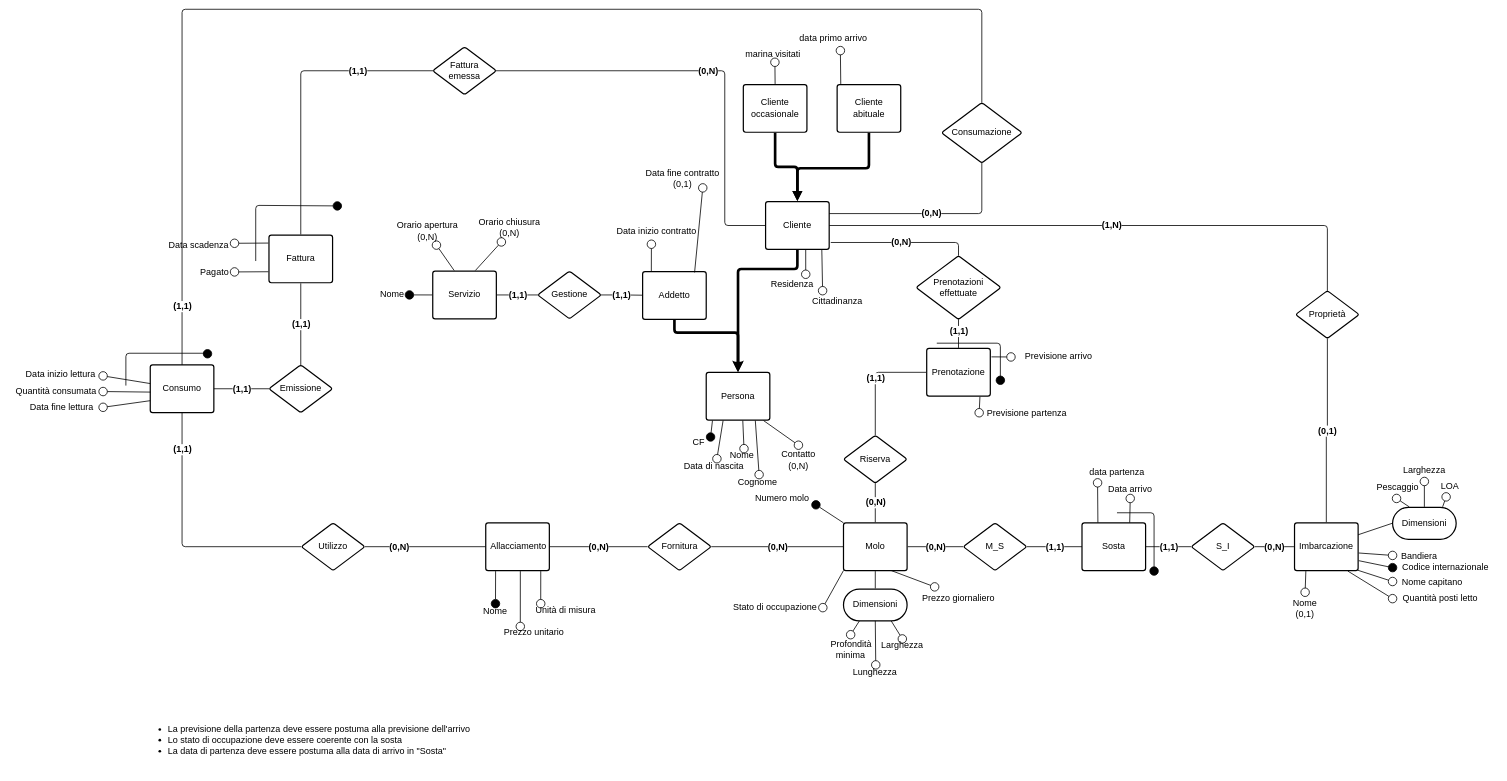
alessandro-massarenti/Progetto-basi-di-dati-2022 keeps this draw.io diagram as page "Concettuale ridotto" (4 of 4) of src_relazione_tex/Er.drawio. Above is the earlier version. Source tidied: cells renumbered, new cells numbered last; positions are measured from the earlier drawing's top-left corner, leaving out a move shared by most shapes. Both pictures are drawn from the tidied source at 53%, with x=0, y=0 at pixel (9, 9).
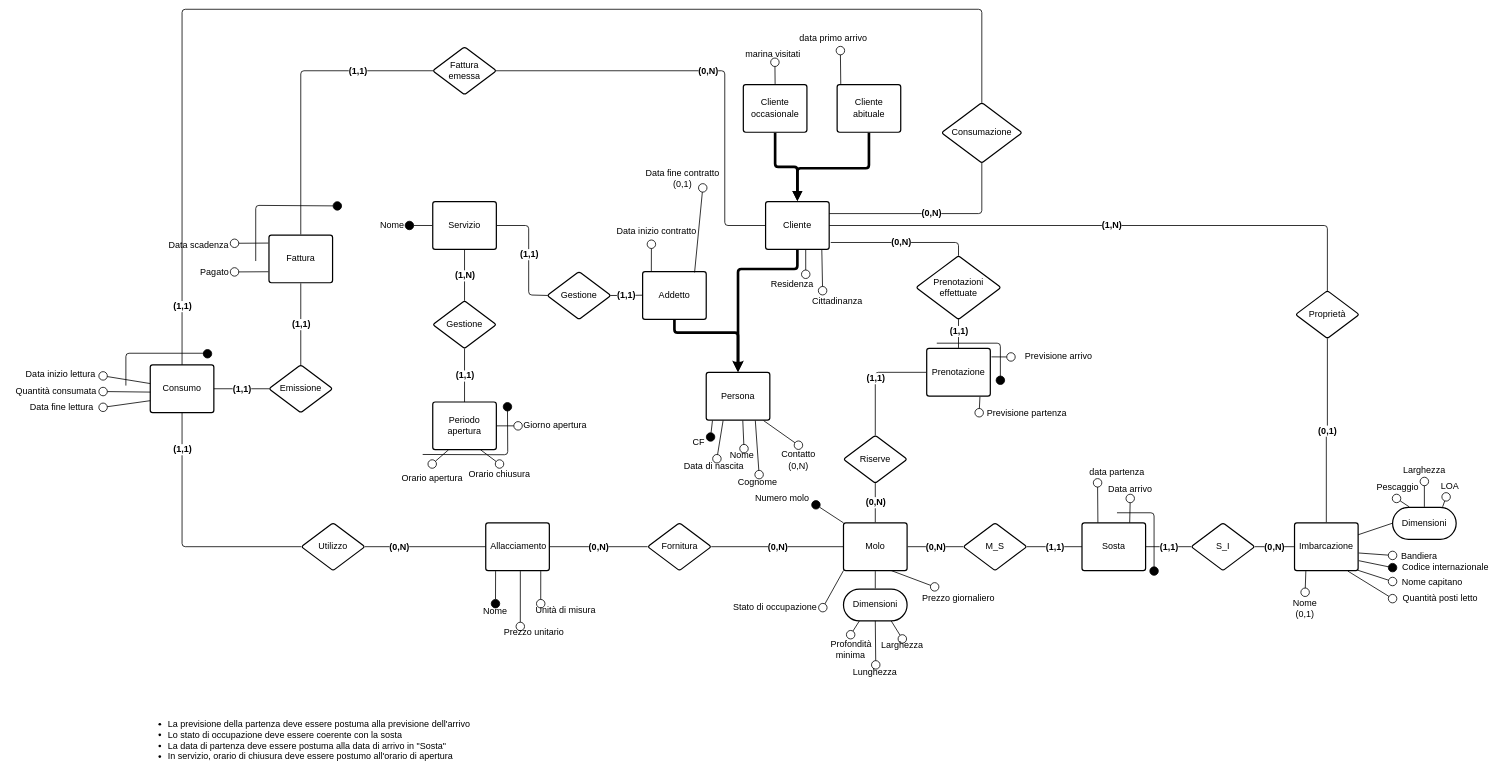
After the change.

Commit message:
Reificato il periodo di apertura di Servizio

Diff of the diagram source:
```diff
@@
-    <mxCell id="3" value="Orario chiusura&lt;br&gt;(0,N)" style="html=1;overflow=block;blockSpacing=1;whiteSpace=wrap;fontSize=17;fontColor=#000000;spacing=0;fillColor=#ffffff;strokeWidth=1.5;strokeColor=none;" parent="1" vertex="1">
-      <mxGeometry x="879" y="387" width="130" height="52" as="geometry" />
-    </mxCell>
@@
-    <mxCell id="24" value="Orario apertura&#10;(0,N)" style="html=1;overflow=block;blockSpacing=1;whiteSpace=wrap;fontSize=17;fontColor=#000000;spacing=0;fillColor=#ffffff;strokeWidth=1.5;strokeColor=none;" parent="1" vertex="1">
-      <mxGeometry x="727" y="393" width="124" height="52" as="geometry" />
-    </mxCell>
@@
     <mxCell id="29" value="Nome" style="html=1;overflow=block;blockSpacing=1;whiteSpace=wrap;fontSize=17;fontColor=#000000;spacing=0;fillColor=#ffffff;strokeWidth=1.5;strokeColor=none;" parent="1" vertex="1">
-      <mxGeometry x="690" y="525.5" width="65" height="27" as="geometry" />
+      <mxGeometry x="690" y="394.5" width="65" height="27" as="geometry" />
     </mxCell>
@@
     <mxCell id="38" value="Servizio" style="html=1;overflow=block;blockSpacing=1;whiteSpace=wrap;fontSize=17;fontColor=#000000;spacing=9;strokeColor=#000000;strokeOpacity=100;rounded=1;absoluteArcSize=1;arcSize=9;strokeWidth=2.3;" parent="1" vertex="1">
-      <mxGeometry x="799" y="494" width="120" height="90" as="geometry" />
+      <mxGeometry x="799" y="363" width="120" height="90" as="geometry" />
     </mxCell>
@@
-    <mxCell id="76" style="html=1;jettySize=18;whiteSpace=wrap;fontSize=17;strokeColor=#000000;strokeWidth=1.5;rounded=1;arcSize=12;startArrow=none;endArrow=oval;endFill=0;endSize=16;exitX=0.67;exitY=-0.012;exitPerimeter=0;entryX=0.381;entryY=1;entryPerimeter=0;" parent="1" edge="1" source="38" target="3">
+    <mxCell id="76" style="html=1;jettySize=18;whiteSpace=wrap;fontSize=17;strokeColor=#000000;strokeWidth=1.5;rounded=1;arcSize=12;startArrow=none;endArrow=oval;endFill=0;endSize=16;exitX=0.75;exitY=1;entryX=0.5;entryY=0;entryDx=0;entryDy=0;exitDx=0;exitDy=0;" parent="1" edge="1" source="163" target="164">
       <mxGeometry relative="1" as="geometry" />
     </mxCell>
-    <mxCell id="77" style="html=1;jettySize=18;whiteSpace=wrap;fontSize=17;strokeColor=#000000;strokeWidth=1.5;rounded=1;arcSize=12;startArrow=none;endArrow=oval;endFill=0;endSize=16;exitX=0.337;exitY=-0.012;exitPerimeter=0;entryX=0.637;entryY=1;entryPerimeter=0;" parent="1" edge="1" source="38" target="24">
+    <mxCell id="77" style="html=1;jettySize=18;whiteSpace=wrap;fontSize=17;strokeColor=#000000;strokeWidth=1.5;rounded=1;arcSize=12;startArrow=none;endArrow=oval;endFill=0;endSize=16;exitX=0.25;exitY=1;entryX=0.5;entryY=0;entryDx=0;entryDy=0;exitDx=0;exitDy=0;" parent="1" edge="1" source="163" target="165">
       <mxGeometry relative="1" as="geometry" />
     </mxCell>
@@
     <mxCell id="79" value="Gestione" style="html=1;overflow=block;blockSpacing=1;whiteSpace=wrap;rhombus;fontSize=17;fontColor=#000000;spacing=3.8;strokeColor=#000000;strokeOpacity=100;rounded=1;absoluteArcSize=1;arcSize=9;strokeWidth=2.3;" parent="1" vertex="1">
-      <mxGeometry x="997" y="494" width="120" height="90" as="geometry" />
+      <mxGeometry x="1015" y="495" width="120" height="90" as="geometry" />
     </mxCell>
     <mxCell id="80" style="html=1;jettySize=18;whiteSpace=wrap;fontSize=17;strokeColor=#000000;strokeWidth=1.5;rounded=1;arcSize=12;edgeStyle=orthogonalEdgeStyle;startArrow=none;endArrow=none;exitX=1.009;exitY=0.5;exitPerimeter=0;entryX=0.009;entryY=0.5;entryPerimeter=0;" parent="1" edge="1" source="38" target="79">
-      <mxGeometry relative="1" as="geometry" />
+      <mxGeometry relative="1" as="geometry">
+        <Array as="points">
+          <mxPoint x="980" y="408" />
+          <mxPoint x="980" y="539" />
+        </Array>
+      </mxGeometry>
     </mxCell>
@@
-    <mxCell id="110" value="Riserva" style="html=1;overflow=block;blockSpacing=1;whiteSpace=wrap;rhombus;fontSize=17;fontColor=#000000;spacing=3.8;strokeColor=#000000;strokeOpacity=100;rounded=1;absoluteArcSize=1;arcSize=9;strokeWidth=2.3;" parent="1" vertex="1">
+    <mxCell id="110" value="Riserve" style="html=1;overflow=block;blockSpacing=1;whiteSpace=wrap;rhombus;fontSize=17;fontColor=#000000;spacing=3.8;strokeColor=#000000;strokeOpacity=100;rounded=1;absoluteArcSize=1;arcSize=9;strokeWidth=2.3;" parent="1" vertex="1">
       <mxGeometry x="1574" y="804" width="120" height="90" as="geometry" />
     </mxCell>
@@
-    <mxCell id="160" value="&lt;div style=&quot;text-align: left; font-size: 17px;&quot;&gt;&lt;ul&gt;&lt;li&gt;&lt;span style=&quot;background-color: initial;&quot;&gt;La previsione della partenza deve essere postuma alla previsione dell'arrivo&lt;/span&gt;&lt;/li&gt;&lt;li&gt;&lt;span style=&quot;background-color: initial;&quot;&gt;Lo stato di occupazione deve essere coerente con la sosta&lt;/span&gt;&lt;/li&gt;&lt;li&gt;&lt;span style=&quot;background-color: initial;&quot;&gt;La data di partenza deve essere postuma alla data di arrivo in &quot;Sosta&quot;&lt;/span&gt;&lt;/li&gt;&lt;/ul&gt;&lt;/div&gt;" style="text;html=1;align=center;verticalAlign=middle;strokeColor=none;fillColor=none;" parent="1" vertex="1">
-      <mxGeometry x="249" y="1340" width="630" height="80" as="geometry" />
+    <mxCell id="160" value="&lt;div style=&quot;text-align: left; font-size: 17px;&quot;&gt;&lt;ul&gt;&lt;li&gt;&lt;span style=&quot;background-color: initial;&quot;&gt;La previsione della partenza deve essere postuma alla previsione dell'arrivo&lt;/span&gt;&lt;/li&gt;&lt;li&gt;&lt;span style=&quot;background-color: initial;&quot;&gt;Lo stato di occupazione deve essere coerente con la sosta&lt;/span&gt;&lt;/li&gt;&lt;li&gt;&lt;span style=&quot;background-color: initial;&quot;&gt;La data di partenza deve essere postuma alla data di arrivo in &quot;Sosta&quot;&lt;br&gt;&lt;/span&gt;&lt;/li&gt;&lt;li&gt;&lt;span style=&quot;background-color: initial;&quot;&gt;In servizio, orario di chiusura deve essere postumo all'orario di apertura&lt;/span&gt;&lt;/li&gt;&lt;/ul&gt;&lt;/div&gt;" style="text;html=1;align=center;verticalAlign=middle;strokeColor=none;fillColor=none;" parent="1" vertex="1">
+      <mxGeometry x="249" y="1330" width="630" height="100" as="geometry" />
     </mxCell>
@@
+    <mxCell id="163" value="Periodo apertura" style="html=1;overflow=block;blockSpacing=1;whiteSpace=wrap;fontSize=17;fontColor=#000000;spacing=9;strokeColor=#000000;strokeOpacity=100;rounded=1;absoluteArcSize=1;arcSize=9;strokeWidth=2.3;" parent="1" vertex="1">
+      <mxGeometry x="799" y="741" width="120" height="90" as="geometry" />
+    </mxCell>
+    <mxCell id="164" value="Orario chiusura" style="html=1;overflow=block;blockSpacing=1;whiteSpace=wrap;fontSize=17;fontColor=#000000;spacing=0;fillColor=none;strokeWidth=1.5;strokeColor=none;" parent="1" vertex="1">
+      <mxGeometry x="860" y="858" width="130" height="39" as="geometry" />
+    </mxCell>
+    <mxCell id="165" value="Orario apertura" style="html=1;overflow=block;blockSpacing=1;whiteSpace=wrap;fontSize=17;fontColor=#000000;spacing=0;fillColor=none;strokeWidth=1.5;strokeColor=none;" parent="1" vertex="1">
+      <mxGeometry x="736" y="858" width="124" height="55" as="geometry" />
+    </mxCell>
+    <mxCell id="166" value="Gestione" style="html=1;overflow=block;blockSpacing=1;whiteSpace=wrap;rhombus;fontSize=17;fontColor=#000000;spacing=3.8;strokeColor=#000000;strokeOpacity=100;rounded=1;absoluteArcSize=1;arcSize=9;strokeWidth=2.3;" parent="1" vertex="1">
+      <mxGeometry x="799" y="550" width="120" height="90" as="geometry" />
+    </mxCell>
+    <mxCell id="167" style="html=1;jettySize=18;whiteSpace=wrap;fontSize=17;strokeColor=#000000;strokeWidth=1.5;rounded=1;arcSize=12;edgeStyle=orthogonalEdgeStyle;startArrow=none;endArrow=none;exitX=0.5;exitY=1;exitDx=0;exitDy=0;entryX=0.5;entryY=0;entryDx=0;entryDy=0;" parent="1" edge="1" source="38" target="166">
+      <mxGeometry relative="1" as="geometry" />
+    </mxCell>
+    <mxCell id="168" value="(1,N)" style="text;html=1;labelBackgroundColor=default;align=center;verticalAlign=middle;fontStyle=1;fontColor=#000000;fontSize=17;" parent="167" vertex="1">
+      <mxGeometry relative="1" as="geometry" />
+    </mxCell>
+    <mxCell id="169" style="html=1;jettySize=18;whiteSpace=wrap;fontSize=17;strokeColor=#000000;strokeWidth=1.5;rounded=1;arcSize=12;edgeStyle=orthogonalEdgeStyle;startArrow=none;endArrow=none;exitX=0.5;exitY=1;entryX=0.5;entryY=0;exitDx=0;exitDy=0;entryDx=0;entryDy=0;" parent="1" edge="1" source="166" target="163">
+      <mxGeometry relative="1" as="geometry" />
+    </mxCell>
+    <mxCell id="170" value="(1,1)" style="text;html=1;labelBackgroundColor=default;align=center;verticalAlign=middle;fontStyle=1;fontColor=#000000;fontSize=17;" parent="169" vertex="1">
+      <mxGeometry relative="1" as="geometry" />
+    </mxCell>
+    <mxCell id="171" value="Giorno apertura" style="html=1;overflow=block;blockSpacing=1;whiteSpace=wrap;fontSize=17;fontColor=#000000;spacing=0;fillColor=none;strokeWidth=1.5;strokeColor=none;" parent="1" vertex="1">
+      <mxGeometry x="960" y="766.5" width="140" height="39" as="geometry" />
+    </mxCell>
+    <mxCell id="172" style="html=1;jettySize=18;whiteSpace=wrap;fontSize=17;strokeColor=#000000;strokeWidth=1.5;rounded=1;arcSize=12;startArrow=none;endArrow=oval;endFill=0;endSize=16;exitX=1;exitY=0.5;entryX=0;entryY=0.5;entryDx=0;entryDy=0;exitDx=0;exitDy=0;" parent="1" edge="1" source="163" target="171">
+      <mxGeometry relative="1" as="geometry" />
+    </mxCell>
+    <mxCell id="173" style="html=1;jettySize=18;whiteSpace=wrap;fontSize=17;strokeColor=#000000;strokeWidth=1.5;rounded=1;arcSize=12;startArrow=none;endArrow=oval;endFill=1;endSize=16;edgeStyle=orthogonalEdgeStyle;" parent="1" edge="1">
+      <mxGeometry relative="1" as="geometry">
+        <mxPoint x="780" y="840" as="sourcePoint" />
+        <mxPoint x="940" y="750" as="targetPoint" />
+      </mxGeometry>
+    </mxCell>
```
